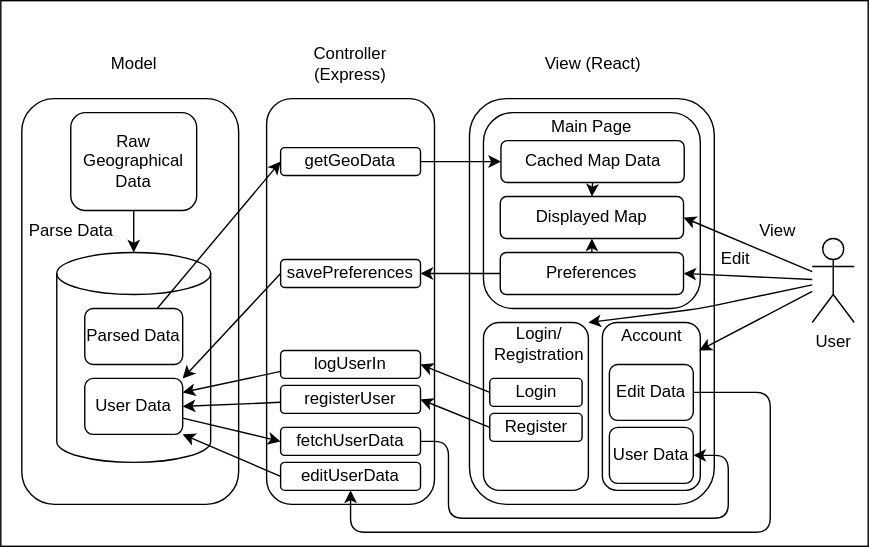
Earlier version of the draw.io export Trip Atlas/Documentation/Design/Overall Design.drawio.svg (GabrielByram/TripAtlas). Source tidied: cells renumbered, new cells last; positions are measured from the earlier drawing's top-left corner, leaving out a move shared by most shapes.
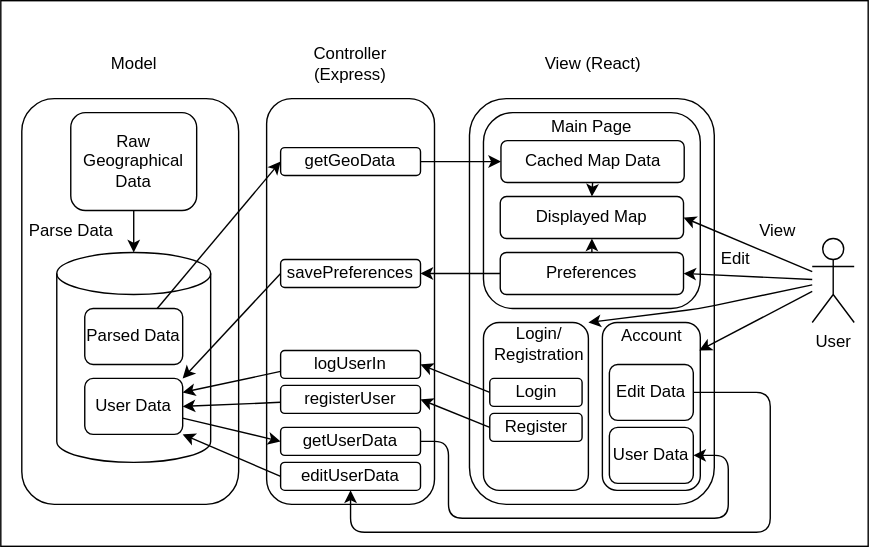
Above is the later version.

What changed in the source:
```diff
@@ -161,7 +161,7 @@
         </Array>
       </mxGeometry>
     </mxCell>
-    <mxCell id="49" value="fetchUserData" style="rounded=1;whiteSpace=wrap;html=1;" parent="1" vertex="1">
+    <mxCell id="49" value="getUserData" style="rounded=1;whiteSpace=wrap;html=1;" parent="1" vertex="1">
       <mxGeometry x="200" y="305" width="100" height="20" as="geometry" />
     </mxCell>
     <mxCell id="50" style="edgeStyle=none;html=1;exitX=0;exitY=0.75;exitDx=0;exitDy=0;entryX=1;entryY=0.25;entryDx=0;entryDy=0;" parent="1" edge="1" source="51" target="17">
```
